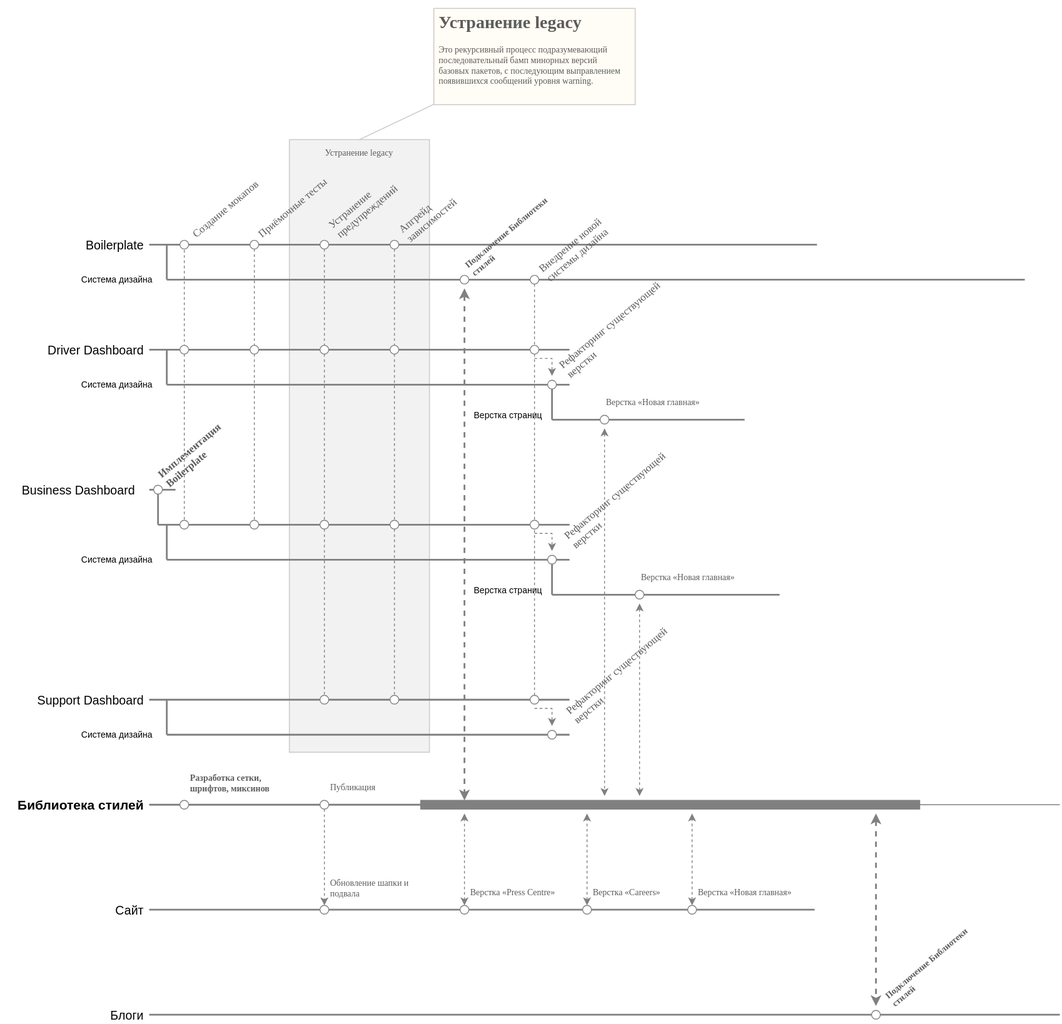
Earlier version of the draw.io export web-roadmaps.svg (ajile/draw-io). Source tidied: cells renumbered, new cells last; positions are measured from the earlier drawing's top-left corner, leaving out a move shared by most shapes.
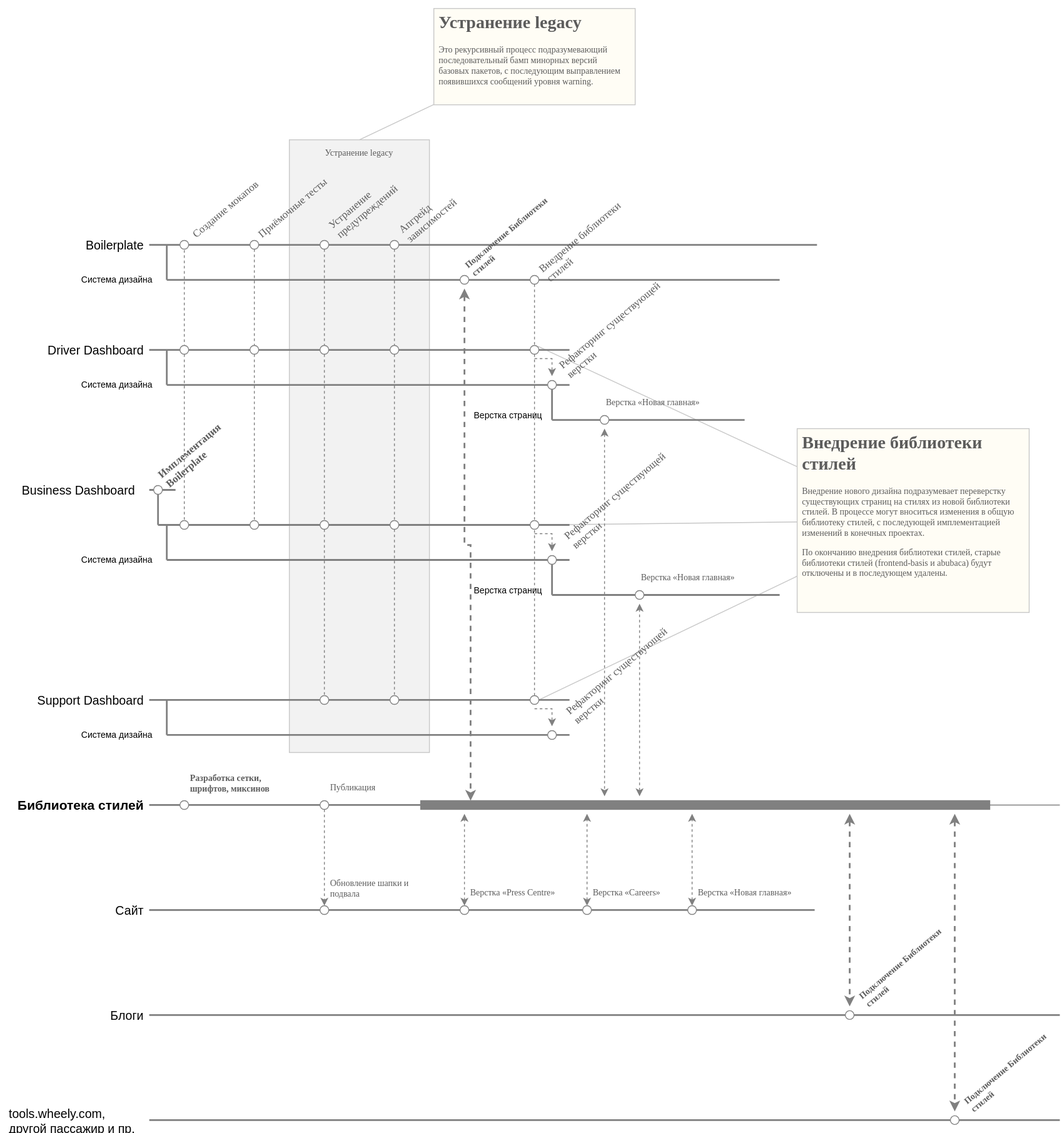
After the commit.

Change to the diagram source:
```diff
@@ -2,6 +2,15 @@
   <root>
     <mxCell id="0" />
     <mxCell id="1" parent="0" />
+    <mxCell id="133" style="edgeStyle=none;rounded=0;html=1;entryX=1;entryY=0;labelBackgroundColor=none;startArrow=none;startFill=0;endArrow=none;endFill=0;jettySize=auto;strokeColor=#C7C7C7;strokeWidth=1;fontFamily=Verdana;fontSize=10;fontColor=#0000CC;" parent="1" edge="1" source="136" target="100">
+      <mxGeometry relative="1" as="geometry" />
+    </mxCell>
+    <mxCell id="134" style="edgeStyle=none;rounded=0;html=1;entryX=1;entryY=0.5;labelBackgroundColor=none;startArrow=none;startFill=0;endArrow=none;endFill=0;jettySize=auto;strokeColor=#C7C7C7;strokeWidth=1;fontFamily=Verdana;fontSize=10;fontColor=#0000CC;" parent="1" edge="1" source="136" target="108">
+      <mxGeometry relative="1" as="geometry" />
+    </mxCell>
+    <mxCell id="135" style="edgeStyle=none;rounded=0;html=1;entryX=1;entryY=0.5;labelBackgroundColor=none;startArrow=none;startFill=0;endArrow=none;endFill=0;jettySize=auto;strokeColor=#C7C7C7;strokeWidth=1;fontFamily=Verdana;fontSize=10;fontColor=#0000CC;" parent="1" edge="1" source="136" target="118">
+      <mxGeometry relative="1" as="geometry" />
+    </mxCell>
     <mxCell id="2" style="endArrow=none;html=1;labelBackgroundColor=none;strokeColor=#808080;strokeWidth=2;fontFamily=Verdana;fontSize=12;fontColor=#5C5C5C;" parent="1" edge="1">
       <mxGeometry relative="1" as="geometry">
         <mxPoint x="630" y="470" as="sourcePoint" />
@@ -235,7 +244,7 @@
       <mxGeometry x="375" y="880" width="125" height="20" as="geometry" />
     </mxCell>
     <mxCell id="66" style="rounded=0;whiteSpace=wrap;html=1;shadow=0;strokeColor=#808080;strokeWidth=1;fillColor=#808080;gradientColor=none;fontFamily=Verdana;fontSize=10;fontColor=#5C5C5C;align=right;" parent="1" vertex="1">
-      <mxGeometry x="480" y="905" width="570" height="10" as="geometry" />
+      <mxGeometry x="480" y="905" width="650" height="10" as="geometry" />
     </mxCell>
     <mxCell id="67" style="endArrow=none;html=1;labelBackgroundColor=none;strokeColor=#808080;strokeWidth=2;fontFamily=Verdana;fontSize=12;fontColor=#5C5C5C;" parent="1" edge="1" target="66">
       <mxGeometry relative="1" as="geometry">
@@ -307,7 +316,7 @@
     <mxCell id="82" style="endArrow=none;html=1;labelBackgroundColor=none;strokeColor=#808080;strokeWidth=2;fontFamily=Verdana;fontSize=12;fontColor=#5C5C5C;" parent="1" edge="1">
       <mxGeometry relative="1" as="geometry">
         <mxPoint x="190" y="310" as="sourcePoint" />
-        <mxPoint x="1170" y="310" as="targetPoint" />
+        <mxPoint x="890" y="310" as="targetPoint" />
       </mxGeometry>
     </mxCell>
     <mxCell id="83" style="endArrow=none;html=1;labelBackgroundColor=none;strokeColor=#808080;strokeWidth=2;fontFamily=Verdana;fontSize=12;fontColor=#5C5C5C;" parent="1" edge="1">
@@ -341,7 +350,7 @@
       </mxGeometry>
     </mxCell>
     <mxCell id="89" style="ellipse;whiteSpace=wrap;html=1;rounded=0;shadow=0;strokeColor=#808080;strokeWidth=1;fillColor=#ffffff;gradientColor=none;fontFamily=Verdana;fontSize=12;fontColor=#5C5C5C;align=left;" parent="1" vertex="1">
-      <mxGeometry x="995" y="1145" width="10" height="10" as="geometry" />
+      <mxGeometry x="965" y="1145" width="10" height="10" as="geometry" />
     </mxCell>
     <mxCell id="90" style="edgeStyle=orthogonalEdgeStyle;rounded=0;html=1;exitX=0.5;exitY=0;entryX=0.5;entryY=0;labelBackgroundColor=none;startArrow=none;startFill=0;endArrow=classic;endFill=1;jettySize=auto;orthogonalLoop=1;strokeColor=#808080;strokeWidth=1;fontFamily=Verdana;fontSize=10;fontColor=#5C5C5C;" parent="1" edge="1">
       <mxGeometry relative="1" as="geometry">
@@ -354,8 +363,8 @@
     </mxCell>
     <mxCell id="92" style="edgeStyle=orthogonalEdgeStyle;rounded=0;html=1;dashed=1;labelBackgroundColor=none;startArrow=classic;startFill=1;endArrow=classic;endFill=1;jettySize=auto;orthogonalLoop=1;strokeColor=#808080;strokeWidth=2;fontFamily=Verdana;fontSize=10;fontColor=#5C5C5C;" parent="1" edge="1">
       <mxGeometry relative="1" as="geometry">
-        <mxPoint x="1000" y="920" as="sourcePoint" />
-        <mxPoint x="1000" y="1140" as="targetPoint" />
+        <mxPoint x="970" y="920" as="sourcePoint" />
+        <mxPoint x="970" y="1140" as="targetPoint" />
       </mxGeometry>
     </mxCell>
     <mxCell id="93" value="&lt;div style=&quot;text-align: left; font-size: 10px;&quot;&gt;Система дизайна&lt;/div&gt;" style="text;html=1;strokeColor=none;fillColor=none;align=right;verticalAlign=middle;whiteSpace=wrap;rounded=0;spacingRight=5;fontSize=10;" parent="1" vertex="1">
@@ -389,7 +398,7 @@
         <mxPoint x="610" y="315" as="sourcePoint" />
       </mxGeometry>
     </mxCell>
-    <mxCell id="102" value="Внедрение новой системы дизайна" style="text;html=1;strokeColor=none;fillColor=none;align=left;verticalAlign=middle;whiteSpace=wrap;rounded=0;shadow=0;fontFamily=Verdana;fontSize=12;fontColor=#5C5C5C;horizontal=1;rotation=-40;" parent="1" vertex="1">
+    <mxCell id="102" value="Внедрение библиотеки стилей" style="text;html=1;strokeColor=none;fillColor=none;align=left;verticalAlign=middle;whiteSpace=wrap;rounded=0;shadow=0;fontFamily=Verdana;fontSize=12;fontColor=#5C5C5C;horizontal=1;rotation=-40;" parent="1" vertex="1">
       <mxGeometry x="605" y="255" width="125" height="20" as="geometry" />
     </mxCell>
     <mxCell id="103" style="endArrow=none;html=1;labelBackgroundColor=none;strokeColor=#808080;strokeWidth=2;fontFamily=Verdana;fontSize=12;fontColor=#5C5C5C;" parent="1" edge="1">
@@ -486,7 +495,7 @@
       <mxGeometry x="631" y="747" width="167" height="20" as="geometry" />
     </mxCell>
     <mxCell id="126" value="Подключение Библиотеки стилей" style="text;html=1;strokeColor=none;fillColor=none;align=left;verticalAlign=middle;whiteSpace=wrap;rounded=0;shadow=0;fontFamily=Verdana;fontSize=10;fontColor=#5C5C5C;horizontal=1;fontStyle=1;rotation=-40;" parent="1" vertex="1">
-      <mxGeometry x="1000" y="1080" width="125" height="30" as="geometry" />
+      <mxGeometry x="970" y="1080" width="125" height="30" as="geometry" />
     </mxCell>
     <mxCell id="127" style="edgeStyle=none;rounded=0;html=1;entryX=0.5;entryY=0;labelBackgroundColor=none;startArrow=none;startFill=0;endArrow=none;endFill=0;jettySize=auto;strokeColor=#C7C7C7;strokeWidth=1;fontFamily=Verdana;fontSize=10;fontColor=#5C5C5C;" parent="1" edge="1" source="128" target="98">
       <mxGeometry relative="1" as="geometry" />
@@ -512,5 +521,29 @@
     <mxCell id="132" value="Имплементация Boilerplate" style="text;html=1;strokeColor=none;fillColor=none;align=left;verticalAlign=middle;whiteSpace=wrap;rounded=0;shadow=0;fontFamily=Verdana;fontSize=12;fontColor=#5C5C5C;horizontal=1;rotation=-40;fontStyle=1;" parent="1" vertex="1">
       <mxGeometry x="170" y="490" width="125" height="20" as="geometry" />
     </mxCell>
+    <mxCell id="136" value="&lt;h1&gt;Внедрение библиотеки стилей&lt;br&gt;&lt;/h1&gt;&lt;p&gt;Внедрение нового дизайна подразумевает переверстку существующих страниц на стилях из новой библиотеки стилей. В процессе могут вноситься изменения в общую библиотеку стилей, с последующей имплементацией изменений в конечных проектах.&lt;/p&gt;&lt;p&gt;По окончанию внедрения библиотеки стилей, старые библиотеки стилей (frontend-basis и abubaca) будут отключены и в последующем удалены.&lt;/p&gt;" style="text;html=1;strokeColor=#C7C7C7;fillColor=#FFFDF5;spacing=5;spacingTop=-20;whiteSpace=wrap;overflow=hidden;rounded=0;shadow=0;fontFamily=Verdana;fontSize=10;fontColor=#5C5C5C;align=left;" parent="1" vertex="1">
+      <mxGeometry x="910" y="480" width="265" height="210" as="geometry" />
+    </mxCell>
+    <mxCell id="137" style="endArrow=none;html=1;labelBackgroundColor=none;strokeColor=#808080;strokeWidth=2;fontFamily=Verdana;fontSize=12;fontColor=#5C5C5C;" parent="1" edge="1">
+      <mxGeometry relative="1" as="geometry">
+        <mxPoint x="170" y="1270" as="sourcePoint" />
+        <mxPoint x="1210" y="1270" as="targetPoint" />
+      </mxGeometry>
+    </mxCell>
+    <mxCell id="138" value="&lt;div style=&quot;text-align: left ; font-size: 14px&quot;&gt;tools.wheely.com, другой пассажир и пр.&lt;/div&gt;" style="text;html=1;strokeColor=none;fillColor=none;align=right;verticalAlign=middle;whiteSpace=wrap;rounded=0;spacingRight=5;fontSize=14;" parent="1" vertex="1">
+      <mxGeometry x="10" y="1260" width="160" height="20" as="geometry" />
+    </mxCell>
+    <mxCell id="139" style="ellipse;whiteSpace=wrap;html=1;rounded=0;shadow=0;strokeColor=#808080;strokeWidth=1;fillColor=#ffffff;gradientColor=none;fontFamily=Verdana;fontSize=12;fontColor=#5C5C5C;align=left;" parent="1" vertex="1">
+      <mxGeometry x="1085" y="1265" width="10" height="10" as="geometry" />
+    </mxCell>
+    <mxCell id="140" style="edgeStyle=orthogonalEdgeStyle;rounded=0;html=1;dashed=1;labelBackgroundColor=none;startArrow=classic;startFill=1;endArrow=classic;endFill=1;jettySize=auto;orthogonalLoop=1;strokeColor=#808080;strokeWidth=2;fontFamily=Verdana;fontSize=10;fontColor=#5C5C5C;" parent="1" edge="1">
+      <mxGeometry relative="1" as="geometry">
+        <mxPoint x="1090" y="920" as="sourcePoint" />
+        <mxPoint x="1090" y="1260" as="targetPoint" />
+      </mxGeometry>
+    </mxCell>
+    <mxCell id="141" value="Подключение Библиотеки стилей" style="text;html=1;strokeColor=none;fillColor=none;align=left;verticalAlign=middle;whiteSpace=wrap;rounded=0;shadow=0;fontFamily=Verdana;fontSize=10;fontColor=#5C5C5C;horizontal=1;fontStyle=1;rotation=-40;" parent="1" vertex="1">
+      <mxGeometry x="1090" y="1200" width="125" height="30" as="geometry" />
+    </mxCell>
   </root>
 </mxGraphModel>
```
